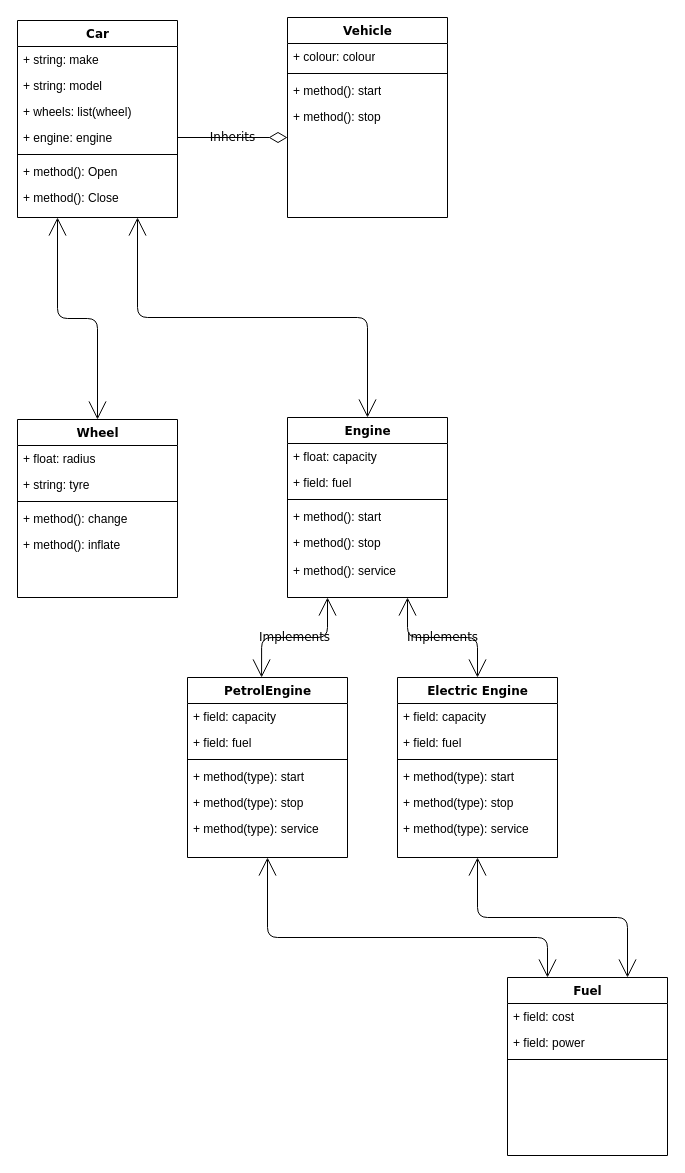
mroshaw/mroshaw.github.io keeps this draw.io diagram as page "CarClassHierarchy" (1 of 2) of Subnautica/subnauticaguidediagrams.drawio. Above is the earlier version. Source tidied: cells renumbered, new cells numbered last; positions are measured from the earlier drawing's top-left corner, leaving out a move shared by most shapes. Both pictures are drawn from the tidied source at 100%, with x=0, y=0 at pixel (17, 17).
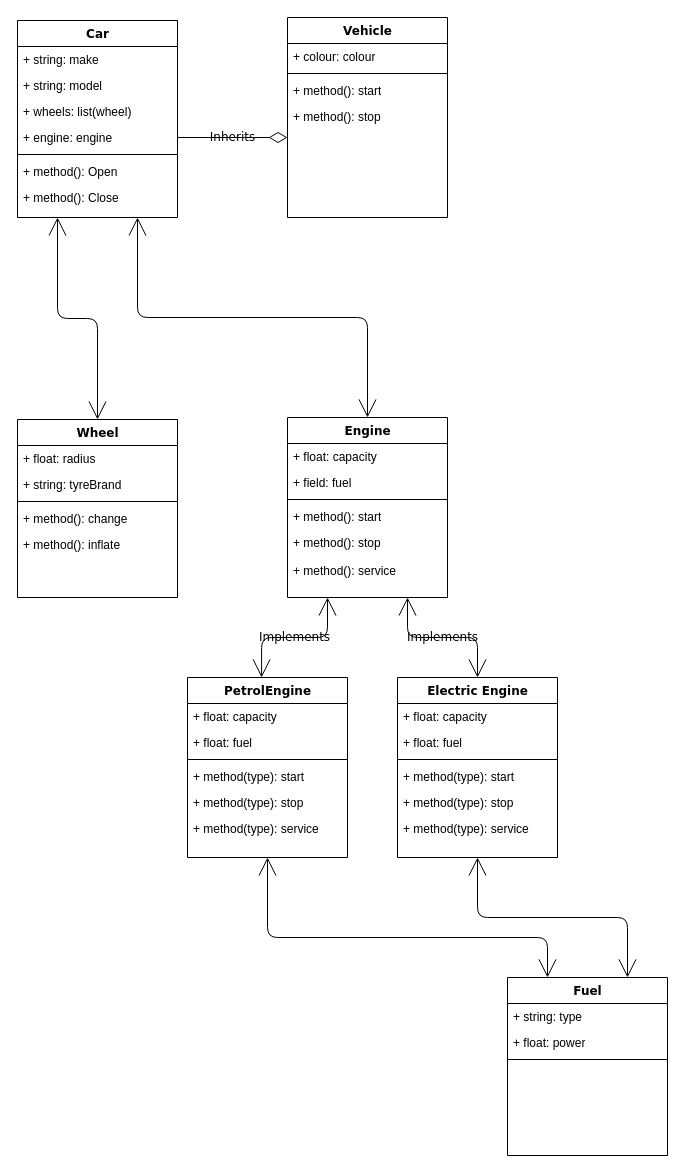
The same page after the edit.

Unchanged cells that the change refers to:
```xml
<mxCell id="16" value="Wheel" style="swimlane;html=1;fontStyle=1;align=center;verticalAlign=top;horizontal=1;startSize=26;swimlaneFillColor=#ffffff;rounded=0;shadow=0;comic=0;labelBackgroundColor=none;strokeWidth=1;fillColor=none;fontFamily=Verdana;fontSize=12;" parent="1" vertex="1">
  <mxGeometry y="402" width="160" height="178" as="geometry" />
</mxCell>
<mxCell id="31" value="Fuel" style="swimlane;html=1;fontStyle=1;align=center;verticalAlign=top;horizontal=1;startSize=26;swimlaneFillColor=#ffffff;rounded=0;shadow=0;comic=0;labelBackgroundColor=none;strokeWidth=1;fillColor=none;fontFamily=Verdana;fontSize=12;" parent="1" vertex="1">
  <mxGeometry x="490" y="960" width="160" height="178" as="geometry" />
</mxCell>
<mxCell id="36" value="PetrolEngine" style="swimlane;html=1;fontStyle=1;align=center;verticalAlign=top;horizontal=1;startSize=26;swimlaneFillColor=#ffffff;rounded=0;shadow=0;comic=0;labelBackgroundColor=none;strokeWidth=1;fillColor=none;fontFamily=Verdana;fontSize=12;" parent="1" vertex="1">
  <mxGeometry x="170" y="660" width="160" height="180" as="geometry" />
</mxCell>
<mxCell id="43" value="Electric Engine" style="swimlane;html=1;fontStyle=1;align=center;verticalAlign=top;horizontal=1;startSize=26;swimlaneFillColor=#ffffff;rounded=0;shadow=0;comic=0;labelBackgroundColor=none;strokeWidth=1;fillColor=none;fontFamily=Verdana;fontSize=12;" parent="1" vertex="1">
  <mxGeometry x="380" y="660" width="160" height="180" as="geometry" />
</mxCell>
```

Change to the diagram source:
```diff
@@
-    <mxCell id="18" value="+ string: tyre" style="text;html=1;strokeColor=none;fillColor=none;align=left;verticalAlign=top;spacingLeft=4;spacingRight=4;whiteSpace=wrap;overflow=hidden;" parent="16" vertex="1">
+    <mxCell id="18" value="+ string: tyreBrand" style="text;html=1;strokeColor=none;fillColor=none;align=left;verticalAlign=top;spacingLeft=4;spacingRight=4;whiteSpace=wrap;overflow=hidden;" parent="16" vertex="1">
       <mxGeometry y="52" width="160" height="26" as="geometry" />
     </mxCell>
@@
-    <mxCell id="32" value="+ field: cost" style="text;html=1;strokeColor=none;fillColor=none;align=left;verticalAlign=top;spacingLeft=4;spacingRight=4;whiteSpace=wrap;overflow=hidden;" parent="31" vertex="1">
+    <mxCell id="32" value="+ string: type" style="text;html=1;strokeColor=none;fillColor=none;align=left;verticalAlign=top;spacingLeft=4;spacingRight=4;whiteSpace=wrap;overflow=hidden;" parent="31" vertex="1">
       <mxGeometry y="26" width="160" height="26" as="geometry" />
     </mxCell>
-    <mxCell id="33" value="+ field: power" style="text;html=1;strokeColor=none;fillColor=none;align=left;verticalAlign=top;spacingLeft=4;spacingRight=4;whiteSpace=wrap;overflow=hidden;" parent="31" vertex="1">
+    <mxCell id="33" value="+ float: power" style="text;html=1;strokeColor=none;fillColor=none;align=left;verticalAlign=top;spacingLeft=4;spacingRight=4;whiteSpace=wrap;overflow=hidden;" parent="31" vertex="1">
       <mxGeometry y="52" width="160" height="26" as="geometry" />
     </mxCell>
@@
-    <mxCell id="37" value="+ field: capacity" style="text;html=1;strokeColor=none;fillColor=none;align=left;verticalAlign=top;spacingLeft=4;spacingRight=4;whiteSpace=wrap;overflow=hidden;" parent="36" vertex="1">
+    <mxCell id="37" value="+ float: capacity" style="text;html=1;strokeColor=none;fillColor=none;align=left;verticalAlign=top;spacingLeft=4;spacingRight=4;whiteSpace=wrap;overflow=hidden;" parent="36" vertex="1">
       <mxGeometry y="26" width="160" height="26" as="geometry" />
     </mxCell>
-    <mxCell id="38" value="+ field: fuel" style="text;html=1;strokeColor=none;fillColor=none;align=left;verticalAlign=top;spacingLeft=4;spacingRight=4;whiteSpace=wrap;overflow=hidden;" parent="36" vertex="1">
+    <mxCell id="38" value="+ float: fuel" style="text;html=1;strokeColor=none;fillColor=none;align=left;verticalAlign=top;spacingLeft=4;spacingRight=4;whiteSpace=wrap;overflow=hidden;" parent="36" vertex="1">
       <mxGeometry y="52" width="160" height="26" as="geometry" />
     </mxCell>
@@
-    <mxCell id="44" value="+ field: capacity" style="text;html=1;strokeColor=none;fillColor=none;align=left;verticalAlign=top;spacingLeft=4;spacingRight=4;whiteSpace=wrap;overflow=hidden;" parent="43" vertex="1">
+    <mxCell id="44" value="+ float: capacity" style="text;html=1;strokeColor=none;fillColor=none;align=left;verticalAlign=top;spacingLeft=4;spacingRight=4;whiteSpace=wrap;overflow=hidden;" parent="43" vertex="1">
       <mxGeometry y="26" width="160" height="26" as="geometry" />
     </mxCell>
-    <mxCell id="45" value="+ field: fuel" style="text;html=1;strokeColor=none;fillColor=none;align=left;verticalAlign=top;spacingLeft=4;spacingRight=4;whiteSpace=wrap;overflow=hidden;" parent="43" vertex="1">
+    <mxCell id="45" value="+ float: fuel" style="text;html=1;strokeColor=none;fillColor=none;align=left;verticalAlign=top;spacingLeft=4;spacingRight=4;whiteSpace=wrap;overflow=hidden;" parent="43" vertex="1">
       <mxGeometry y="52" width="160" height="26" as="geometry" />
     </mxCell>
```
